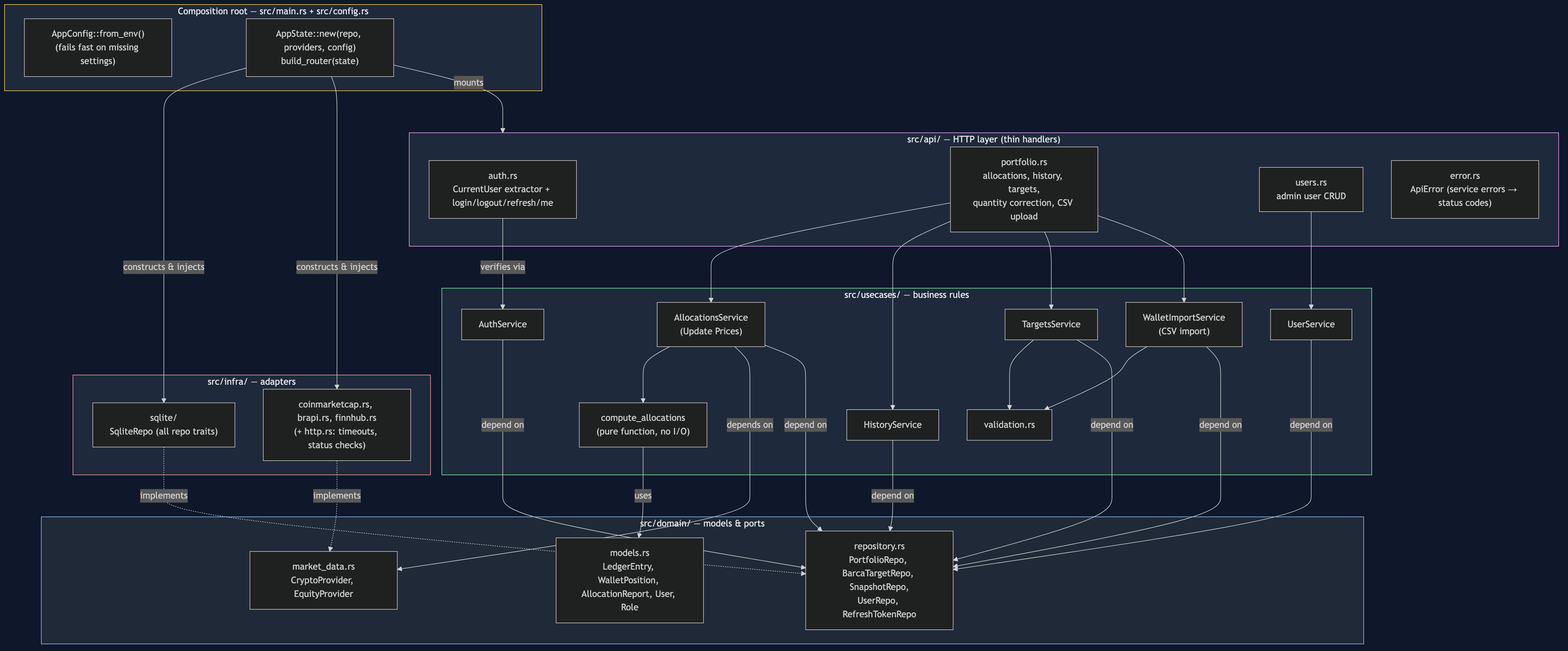
Earlier version of the Mermaid export docs/architecture.png (rchau73/crypto_management). Its source is kept beside it as docs/architecture.mmd.
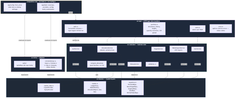
After the change.

The edit, as a diff of the source:
```diff
@@ -13,7 +13,7 @@
 
     subgraph USECASES["src/usecases/ — business rules"]
         CA["compute_allocations\n(pure function, no I/O)"]
-        AS["AllocationsService\n(Update Prices)"]
+        AS["AllocationsService\n(shared, cached prices)"]
         HS["HistoryService"]
         TS["TargetsService"]
         WI["WalletImportService\n(CSV import)"]
```
